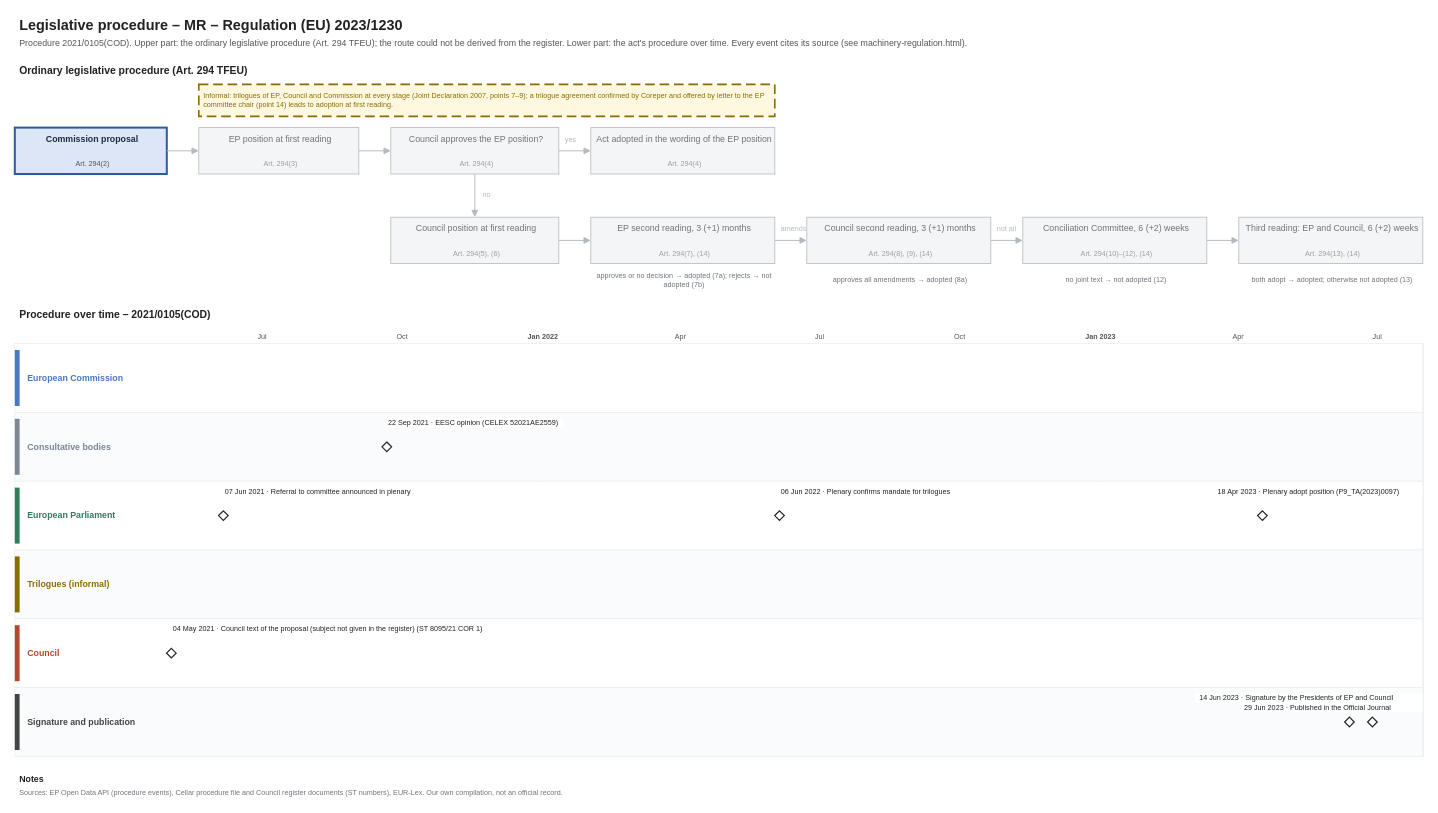
git-z0man/eu-regulation-timeline keeps this draw.io diagram as procedures/machinery-regulation.drawio. Above is the earlier version. Source tidied: cells renumbered, new cells numbered last; positions are measured from the earlier drawing's top-left corner, leaving out a move shared by most shapes. Both pictures are drawn from the tidied source at 80%, with x=0, y=0 at pixel (14, 14).
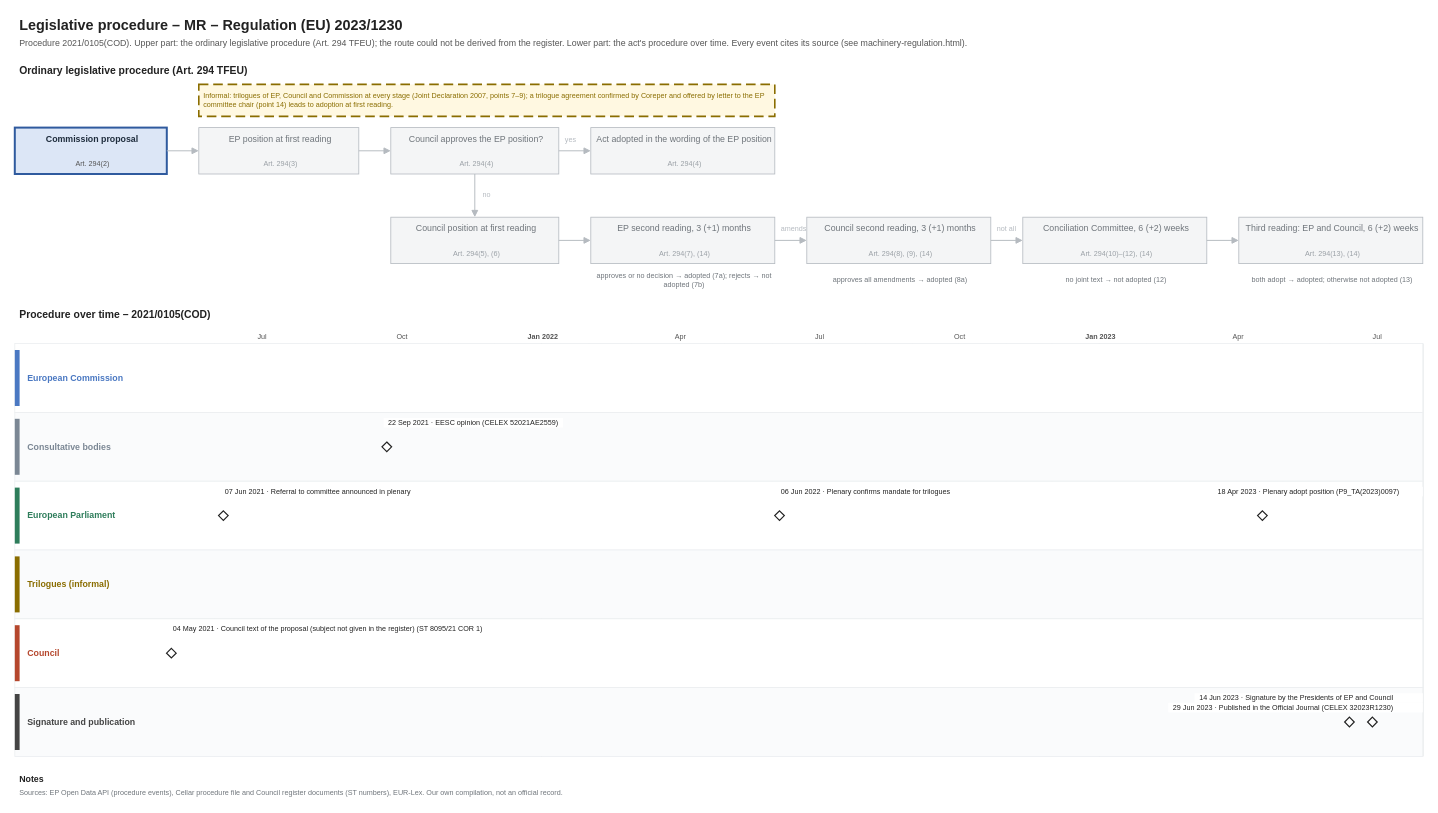
After the change.

What changed in the source:
```diff
@@
-    <mxCell id="119" value="29 Jun 2023 · Published in the Official Journal" style="text;html=1;fontSize=9;fontColor=#222222;align=left;verticalAlign=middle;spacingLeft=4;fillColor=#ffffff;" parent="1" vertex="1">
-      <mxGeometry x="1531.1" y="861" width="228.9" height="12" as="geometry" />
+    <mxCell id="119" value="29 Jun 2023 · Published in the Official Journal (CELEX 32023R1230)" style="text;html=1;fontSize=9;fontColor=#222222;align=left;verticalAlign=middle;spacingLeft=4;fillColor=#ffffff;" parent="1" vertex="1">
+      <mxGeometry x="1441.8" y="861" width="318.2" height="12" as="geometry" />
     </mxCell>
```
